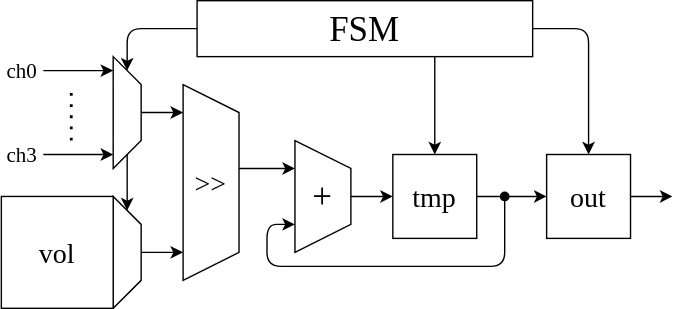
Above: .packages/mixier/img/mixier.dio.svg in NextMicon/template-tinyfpga (draw.io), before the change. Source tidied: cells renumbered, new cells last; positions are measured from the earlier drawing's top-left corner, leaving out a move shared by most shapes. Its diagram source:
```xml
<mxGraphModel>
  <root>
    <mxCell id="0" />
    <mxCell id="1" parent="0" />
    <mxCell id="2" value="+" style="shape=trapezoid;perimeter=trapezoidPerimeter;whiteSpace=wrap;html=1;fixedSize=1;direction=south;fontSize=25;fontFamily=Lucida Console;" parent="1" vertex="1">
      <mxGeometry x="210" y="100" width="40" height="80" as="geometry" />
    </mxCell>
    <mxCell id="3" value="&amp;gt;&amp;gt;" style="shape=trapezoid;perimeter=trapezoidPerimeter;whiteSpace=wrap;html=1;fixedSize=1;direction=south;fontSize=20;fontFamily=Lucida Console;" parent="1" vertex="1">
      <mxGeometry x="130" y="60" width="40" height="140" as="geometry" />
    </mxCell>
    <mxCell id="4" style="endArrow=classic;html=1;fontSize=20;" parent="1" edge="1">
      <mxGeometry relative="1" as="geometry">
        <mxPoint x="170" y="120" as="sourcePoint" />
        <mxPoint x="210" y="120" as="targetPoint" />
      </mxGeometry>
    </mxCell>
    <mxCell id="5" style="endArrow=classic;html=1;fontSize=20;" parent="1" edge="1">
      <mxGeometry relative="1" as="geometry">
        <mxPoint x="250" y="140" as="sourcePoint" />
        <mxPoint x="280" y="140" as="targetPoint" />
      </mxGeometry>
    </mxCell>
    <mxCell id="6" value="tmp" style="rounded=0;whiteSpace=wrap;html=1;fontSize=20;fontFamily=Lucida Console;" parent="1" vertex="1">
      <mxGeometry x="280" y="110" width="60" height="60" as="geometry" />
    </mxCell>
    <mxCell id="7" value="out" style="rounded=0;whiteSpace=wrap;html=1;fontSize=20;fontFamily=Lucida Console;" parent="1" vertex="1">
      <mxGeometry x="390" y="110" width="60" height="60" as="geometry" />
    </mxCell>
    <mxCell id="8" style="endArrow=classic;html=1;fontSize=20;" parent="1" edge="1">
      <mxGeometry relative="1" as="geometry">
        <mxPoint x="340" y="140" as="sourcePoint" />
        <mxPoint x="390" y="140" as="targetPoint" />
      </mxGeometry>
    </mxCell>
    <mxCell id="9" style="endArrow=classic;html=1;fontSize=20;startArrow=oval;startFill=1;" parent="1" edge="1">
      <mxGeometry relative="1" as="geometry">
        <mxPoint x="360" y="140" as="sourcePoint" />
        <mxPoint x="210" y="160" as="targetPoint" />
        <Array as="points">
          <mxPoint x="360" y="190" />
          <mxPoint x="190" y="190" />
          <mxPoint x="190" y="160" />
        </Array>
      </mxGeometry>
    </mxCell>
    <mxCell id="10" style="shape=trapezoid;perimeter=trapezoidPerimeter;whiteSpace=wrap;html=1;fixedSize=1;direction=south;fontSize=20;fontFamily=Lucida Console;" parent="1" vertex="1">
      <mxGeometry x="80" y="40" width="20" height="80" as="geometry" />
    </mxCell>
    <mxCell id="11" style="shape=trapezoid;perimeter=trapezoidPerimeter;whiteSpace=wrap;html=1;fixedSize=1;direction=south;fontSize=20;fontFamily=Lucida Console;" parent="1" vertex="1">
      <mxGeometry x="80" y="140" width="20" height="80" as="geometry" />
    </mxCell>
    <mxCell id="12" style="endArrow=classic;html=1;fontFamily=Lucida Console;fontSize=20;" parent="1" edge="1">
      <mxGeometry relative="1" as="geometry">
        <mxPoint x="100" y="80" as="sourcePoint" />
        <mxPoint x="130" y="80" as="targetPoint" />
      </mxGeometry>
    </mxCell>
    <mxCell id="13" value="vol" style="rounded=0;whiteSpace=wrap;html=1;fontSize=20;fontFamily=Lucida Console;" parent="1" vertex="1">
      <mxGeometry y="140" width="80" height="80" as="geometry" />
    </mxCell>
    <mxCell id="14" style="endArrow=classic;html=1;fontFamily=Lucida Console;fontSize=20;" parent="1" edge="1">
      <mxGeometry relative="1" as="geometry">
        <mxPoint x="100" y="180" as="sourcePoint" />
        <mxPoint x="130" y="180" as="targetPoint" />
      </mxGeometry>
    </mxCell>
    <mxCell id="15" style="endArrow=classic;html=1;fontFamily=Lucida Console;fontSize=20;" parent="1" edge="1">
      <mxGeometry relative="1" as="geometry">
        <mxPoint x="30" y="50" as="sourcePoint" />
        <mxPoint x="80" y="50" as="targetPoint" />
      </mxGeometry>
    </mxCell>
    <mxCell id="16" style="endArrow=classic;html=1;fontFamily=Lucida Console;fontSize=20;" parent="1" edge="1">
      <mxGeometry relative="1" as="geometry">
        <mxPoint x="30" y="110" as="sourcePoint" />
        <mxPoint x="80" y="110" as="targetPoint" />
      </mxGeometry>
    </mxCell>
    <mxCell id="17" style="endArrow=none;dashed=1;html=1;dashPattern=1 3;strokeWidth=2;fontFamily=Lucida Console;fontSize=20;" parent="1" edge="1">
      <mxGeometry relative="1" as="geometry">
        <mxPoint x="50" y="100" as="sourcePoint" />
        <mxPoint x="50" y="60" as="targetPoint" />
      </mxGeometry>
    </mxCell>
    <mxCell id="18" value="ch0" style="text;html=1;strokeColor=none;fillColor=none;align=center;verticalAlign=middle;whiteSpace=wrap;rounded=0;fontFamily=Lucida Console;fontSize=15;" parent="1" vertex="1">
      <mxGeometry y="40" width="30" height="20" as="geometry" />
    </mxCell>
    <mxCell id="19" value="ch3" style="text;html=1;strokeColor=none;fillColor=none;align=center;verticalAlign=middle;whiteSpace=wrap;rounded=0;fontFamily=Lucida Console;fontSize=15;" parent="1" vertex="1">
      <mxGeometry y="100" width="30" height="20" as="geometry" />
    </mxCell>
    <mxCell id="20" style="endArrow=classic;html=1;fontSize=20;" parent="1" edge="1">
      <mxGeometry relative="1" as="geometry">
        <mxPoint x="450" y="140" as="sourcePoint" />
        <mxPoint x="480" y="140" as="targetPoint" />
      </mxGeometry>
    </mxCell>
    <mxCell id="21" value="FSM" style="rounded=0;whiteSpace=wrap;html=1;fontFamily=Lucida Console;fontSize=25;" parent="1" vertex="1">
      <mxGeometry x="140" width="240" height="40" as="geometry" />
    </mxCell>
    <mxCell id="22" style="endArrow=classic;html=1;fontFamily=Lucida Console;fontSize=25;" parent="1" edge="1">
      <mxGeometry relative="1" as="geometry">
        <mxPoint x="140" y="20" as="sourcePoint" />
        <mxPoint x="90" y="50" as="targetPoint" />
        <Array as="points">
          <mxPoint x="90" y="20" />
        </Array>
      </mxGeometry>
    </mxCell>
    <mxCell id="23" style="endArrow=classic;html=1;fontFamily=Lucida Console;fontSize=25;" parent="1" edge="1">
      <mxGeometry relative="1" as="geometry">
        <mxPoint x="380" y="20" as="sourcePoint" />
        <mxPoint x="420" y="110" as="targetPoint" />
        <Array as="points">
          <mxPoint x="420" y="20" />
        </Array>
      </mxGeometry>
    </mxCell>
    <mxCell id="24" style="endArrow=classic;html=1;fontFamily=Lucida Console;fontSize=25;" parent="1" edge="1">
      <mxGeometry relative="1" as="geometry">
        <mxPoint x="310" y="40" as="sourcePoint" />
        <mxPoint x="310" y="110" as="targetPoint" />
      </mxGeometry>
    </mxCell>
    <mxCell id="25" style="endArrow=classic;html=1;fontFamily=Lucida Console;fontSize=25;" parent="1" edge="1">
      <mxGeometry relative="1" as="geometry">
        <mxPoint x="90" y="110" as="sourcePoint" />
        <mxPoint x="90" y="150" as="targetPoint" />
      </mxGeometry>
    </mxCell>
  </root>
</mxGraphModel>
```
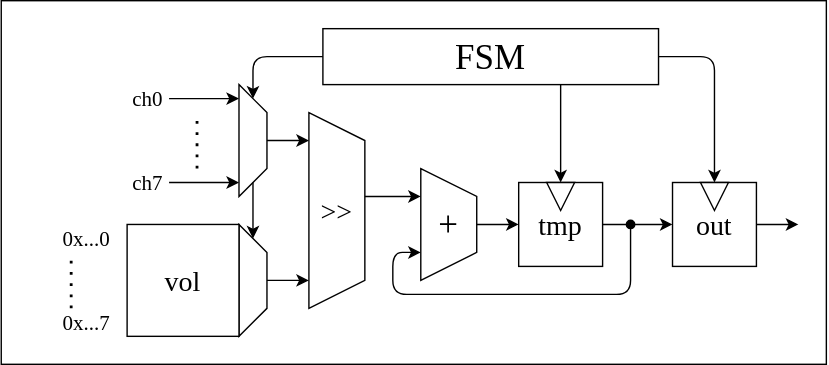
The same diagram one commit later.

The edit, as a diff of the source:
```diff
@@ -2,6 +2,9 @@
   <root>
     <mxCell id="0" />
     <mxCell id="1" parent="0" />
+    <mxCell id="26" style="rounded=0;whiteSpace=wrap;html=1;fillColor=default;" parent="1" vertex="1">
+      <mxGeometry x="-90" y="-20" width="590" height="260" as="geometry" />
+    </mxCell>
     <mxCell id="2" value="+" style="shape=trapezoid;perimeter=trapezoidPerimeter;whiteSpace=wrap;html=1;fixedSize=1;direction=south;fontSize=25;fontFamily=Lucida Console;" parent="1" vertex="1">
       <mxGeometry x="210" y="100" width="40" height="80" as="geometry" />
     </mxCell>
@@ -85,7 +88,7 @@
     <mxCell id="18" value="ch0" style="text;html=1;strokeColor=none;fillColor=none;align=center;verticalAlign=middle;whiteSpace=wrap;rounded=0;fontFamily=Lucida Console;fontSize=15;" parent="1" vertex="1">
       <mxGeometry y="40" width="30" height="20" as="geometry" />
     </mxCell>
-    <mxCell id="19" value="ch3" style="text;html=1;strokeColor=none;fillColor=none;align=center;verticalAlign=middle;whiteSpace=wrap;rounded=0;fontFamily=Lucida Console;fontSize=15;" parent="1" vertex="1">
+    <mxCell id="19" value="ch7" style="text;html=1;strokeColor=none;fillColor=none;align=center;verticalAlign=middle;whiteSpace=wrap;rounded=0;fontFamily=Lucida Console;fontSize=15;" parent="1" vertex="1">
       <mxGeometry y="100" width="30" height="20" as="geometry" />
     </mxCell>
     <mxCell id="20" style="endArrow=classic;html=1;fontSize=20;" parent="1" edge="1">
@@ -127,5 +130,23 @@
         <mxPoint x="90" y="150" as="targetPoint" />
       </mxGeometry>
     </mxCell>
+    <mxCell id="27" value="0x...0" style="text;html=1;strokeColor=none;fillColor=none;align=right;verticalAlign=middle;whiteSpace=wrap;rounded=0;fontSize=15;fontFamily=Lucida Console;" parent="1" vertex="1">
+      <mxGeometry x="-70" y="140" width="60" height="20" as="geometry" />
+    </mxCell>
+    <mxCell id="28" value="0x...7" style="text;html=1;strokeColor=none;fillColor=none;align=right;verticalAlign=middle;whiteSpace=wrap;rounded=0;fontSize=15;fontFamily=Lucida Console;" parent="1" vertex="1">
+      <mxGeometry x="-70" y="200" width="60" height="20" as="geometry" />
+    </mxCell>
+    <mxCell id="29" style="endArrow=none;dashed=1;html=1;dashPattern=1 3;strokeWidth=2;fontFamily=Lucida Console;fontSize=20;" parent="1" edge="1">
+      <mxGeometry relative="1" as="geometry">
+        <mxPoint x="-40" y="200" as="sourcePoint" />
+        <mxPoint x="-40" y="160" as="targetPoint" />
+      </mxGeometry>
+    </mxCell>
+    <mxCell id="30" style="triangle;whiteSpace=wrap;html=1;fontSize=15;direction=south;" parent="1" vertex="1">
+      <mxGeometry x="300" y="110" width="20" height="20" as="geometry" />
+    </mxCell>
+    <mxCell id="31" style="triangle;whiteSpace=wrap;html=1;fontSize=15;direction=south;" parent="1" vertex="1">
+      <mxGeometry x="410" y="110" width="20" height="20" as="geometry" />
+    </mxCell>
   </root>
 </mxGraphModel>
```
